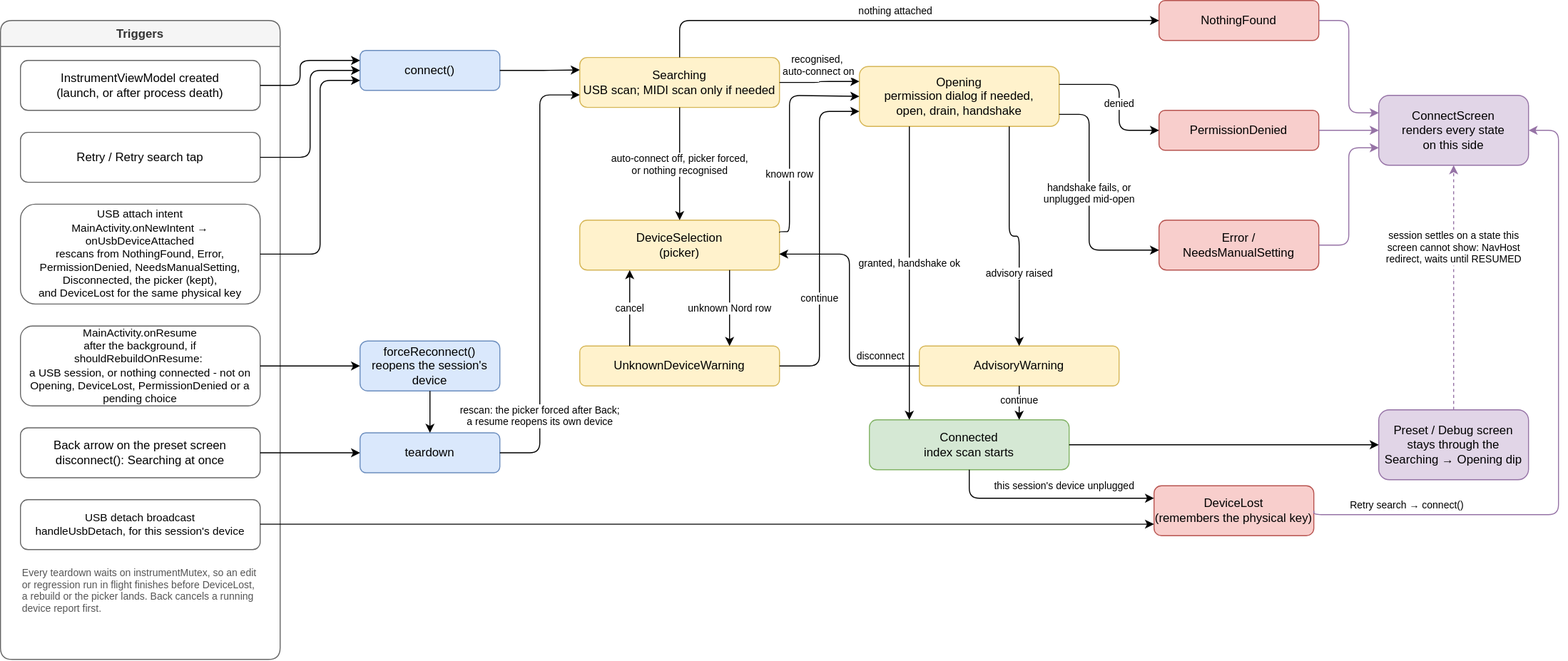
Before: docs/usb_session.svg, a diagram exported from draw.io (steinachim/patchpilot). Source tidied: cells renumbered, new cells last; positions are measured from the earlier drawing's top-left corner, leaving out a move shared by most shapes.
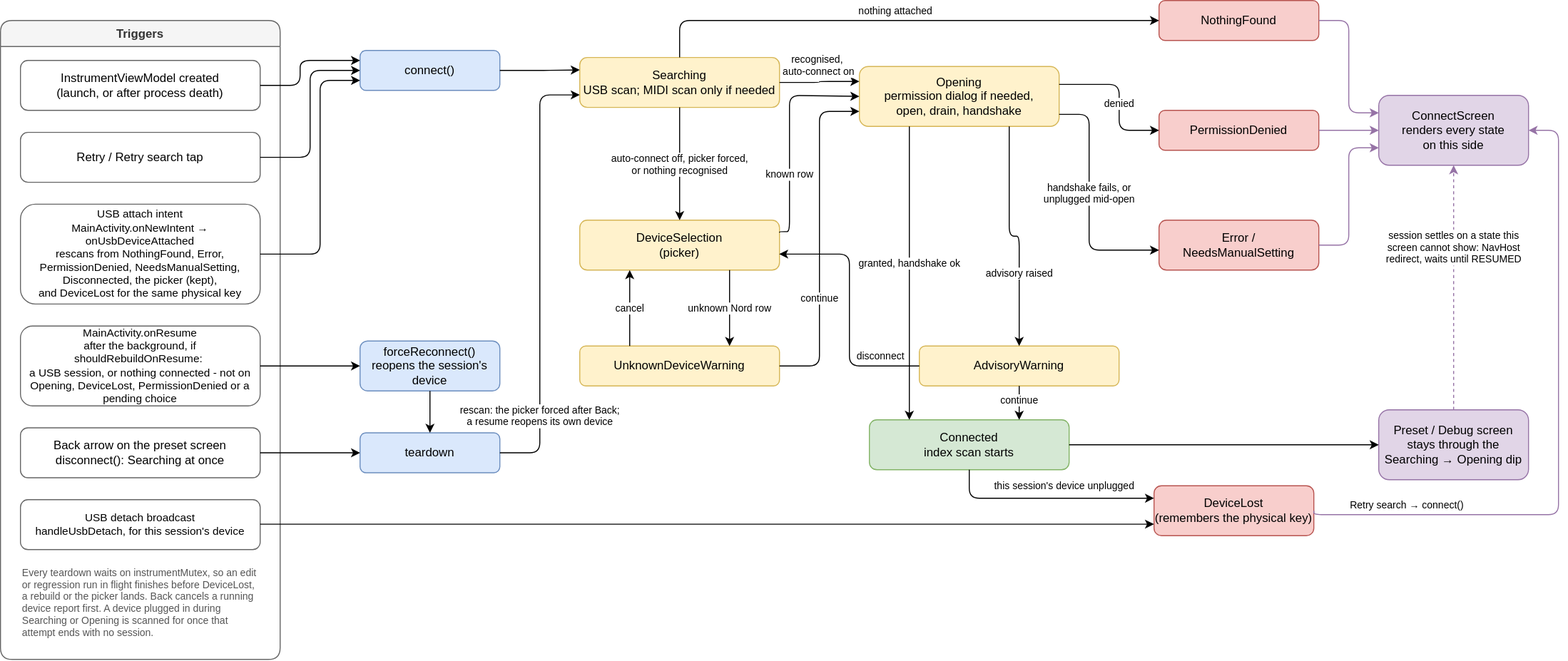
The same diagram one commit later.

Diff of the diagram source:
```diff
@@ -23,8 +23,8 @@
     <mxCell id="8" value="USB detach broadcast&#10;handleUsbDetach, for this session's device" style="rounded=1;whiteSpace=wrap;html=1;fillColor=#ffffff;strokeColor=#666666;fontSize=11;" parent="2" vertex="1">
       <mxGeometry x="20" y="480" width="240" height="50" as="geometry" />
     </mxCell>
-    <mxCell id="9" value="Every teardown waits on instrumentMutex, so an edit or regression run in flight finishes before DeviceLost, a rebuild or the picker lands. Back cancels a running device report first." style="text;html=1;whiteSpace=wrap;align=left;verticalAlign=top;fontSize=10;fontColor=#555555;" parent="2" vertex="1">
-      <mxGeometry x="20" y="541" width="240" height="50" as="geometry" />
+    <mxCell id="9" value="Every teardown waits on instrumentMutex, so an edit or regression run in flight finishes before DeviceLost, a rebuild or the picker lands. Back cancels a running device report first. A device plugged in during Searching or Opening is scanned for once that attempt ends with no session." style="text;html=1;whiteSpace=wrap;align=left;verticalAlign=top;fontSize=10;fontColor=#555555;" parent="2" vertex="1">
+      <mxGeometry x="20" y="541" width="240" height="80" as="geometry" />
     </mxCell>
     <mxCell id="10" value="connect()" style="rounded=1;whiteSpace=wrap;html=1;fillColor=#dae8fc;strokeColor=#6c8ebf;" parent="1" vertex="1">
       <mxGeometry x="360" y="50" width="140" height="40" as="geometry" />
```
